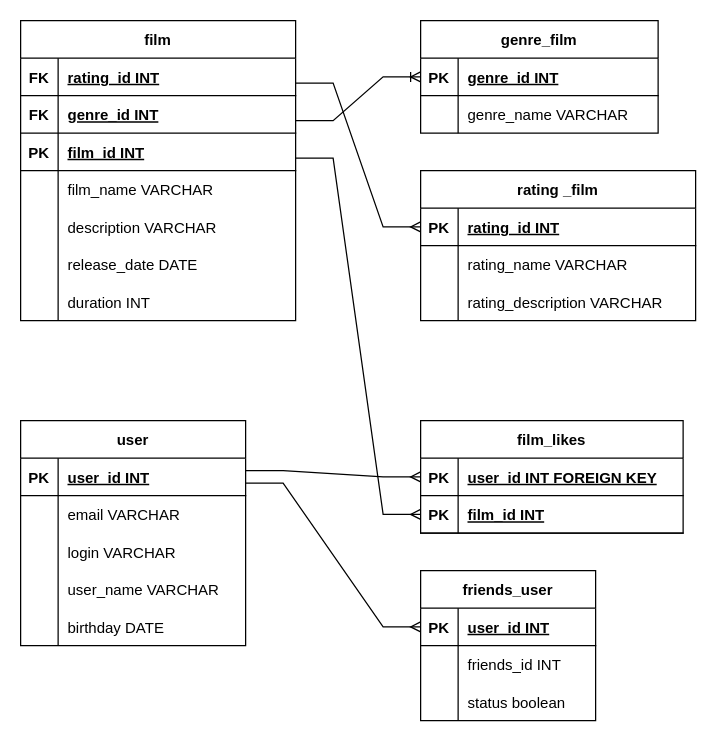
Before: Диаграмма без названия.drawio in MarinaPodduba/1st-project, a draw.io diagram. Source tidied: cells renumbered, new cells numbered last; positions are measured from the earlier drawing's top-left corner, leaving out a move shared by most shapes. Both pictures are drawn from the tidied source at 125%, with x=0, y=0 at pixel (20, 20).
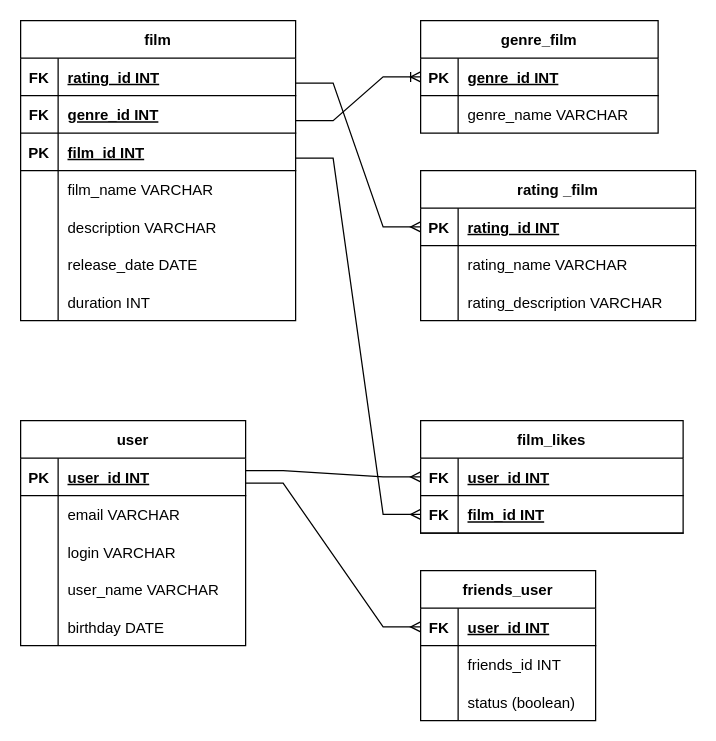
After the change.

The change refers to these unchanged cells:
```xml
<mxCell id="42" style="shape=tableRow;horizontal=0;startSize=0;swimlaneHead=0;swimlaneBody=0;fillColor=none;points=[[0,0.5],[1,0.5]];portConstraint=eastwest;strokeColor=inherit;top=0;left=0;right=0;bottom=1;" parent="41" vertex="1">
  <mxGeometry y="30" width="210" height="30" as="geometry" />
</mxCell>
<mxCell id="45" style="shape=tableRow;horizontal=0;startSize=0;swimlaneHead=0;swimlaneBody=0;fillColor=none;points=[[0,0.5],[1,0.5]];portConstraint=eastwest;strokeColor=inherit;top=0;left=0;right=0;bottom=1;" parent="41" vertex="1">
  <mxGeometry y="60" width="210" height="30" as="geometry" />
</mxCell>
<mxCell id="65" style="shape=tableRow;horizontal=0;startSize=0;swimlaneHead=0;swimlaneBody=0;fillColor=none;points=[[0,0.5],[1,0.5]];portConstraint=eastwest;strokeColor=inherit;top=0;left=0;right=0;bottom=1;" parent="64" vertex="1">
  <mxGeometry y="30" width="140" height="30" as="geometry" />
</mxCell>
<mxCell id="71" style="shape=tableRow;horizontal=0;startSize=0;swimlaneHead=0;swimlaneBody=0;fillColor=none;strokeColor=inherit;top=0;left=0;right=0;bottom=0;" parent="64" vertex="1">
  <mxGeometry y="90" width="140" height="30" as="geometry" />
</mxCell>
```

Change to the diagram source:
```diff
@@
-    <mxCell id="43" value="PK" style="shape=partialRectangle;overflow=hidden;fillColor=none;strokeColor=inherit;top=0;left=0;bottom=0;right=0;fontStyle=1;" parent="42" vertex="1">
+    <mxCell id="43" value="FK" style="shape=partialRectangle;overflow=hidden;fillColor=none;strokeColor=inherit;top=0;left=0;bottom=0;right=0;fontStyle=1;" parent="42" vertex="1">
       <mxGeometry width="30" height="30" as="geometry" />
     </mxCell>
-    <mxCell id="44" value="user_id INT FOREIGN KEY" style="shape=partialRectangle;overflow=hidden;fillColor=none;align=left;strokeColor=inherit;top=0;left=0;bottom=0;right=0;spacingLeft=6;fontStyle=5;" parent="42" vertex="1">
+    <mxCell id="44" value="user_id INT" style="shape=partialRectangle;overflow=hidden;fillColor=none;align=left;strokeColor=inherit;top=0;left=0;bottom=0;right=0;spacingLeft=6;fontStyle=5;" parent="42" vertex="1">
       <mxGeometry x="30" width="180" height="30" as="geometry" />
     </mxCell>
@@
-    <mxCell id="46" value="PK" style="shape=partialRectangle;overflow=hidden;fillColor=none;strokeColor=inherit;top=0;left=0;bottom=0;right=0;fontStyle=1;" parent="45" vertex="1">
+    <mxCell id="46" value="FK" style="shape=partialRectangle;overflow=hidden;fillColor=none;strokeColor=inherit;top=0;left=0;bottom=0;right=0;fontStyle=1;" parent="45" vertex="1">
       <mxGeometry width="30" height="30" as="geometry" />
     </mxCell>
@@
-    <mxCell id="66" value="PK" style="shape=partialRectangle;overflow=hidden;fillColor=none;strokeColor=inherit;top=0;left=0;bottom=0;right=0;fontStyle=1;" parent="65" vertex="1">
+    <mxCell id="66" value="FK" style="shape=partialRectangle;overflow=hidden;fillColor=none;strokeColor=inherit;top=0;left=0;bottom=0;right=0;fontStyle=1;" parent="65" vertex="1">
       <mxGeometry width="30" height="30" as="geometry" />
     </mxCell>
@@
-    <mxCell id="73" value="status boolean" style="shape=partialRectangle;overflow=hidden;fillColor=none;align=left;strokeColor=inherit;top=0;left=0;bottom=0;right=0;spacingLeft=6;" parent="71" vertex="1">
+    <mxCell id="73" value="status (boolean)" style="shape=partialRectangle;overflow=hidden;fillColor=none;align=left;strokeColor=inherit;top=0;left=0;bottom=0;right=0;spacingLeft=6;" parent="71" vertex="1">
       <mxGeometry x="30" width="110" height="30" as="geometry" />
     </mxCell>
```
